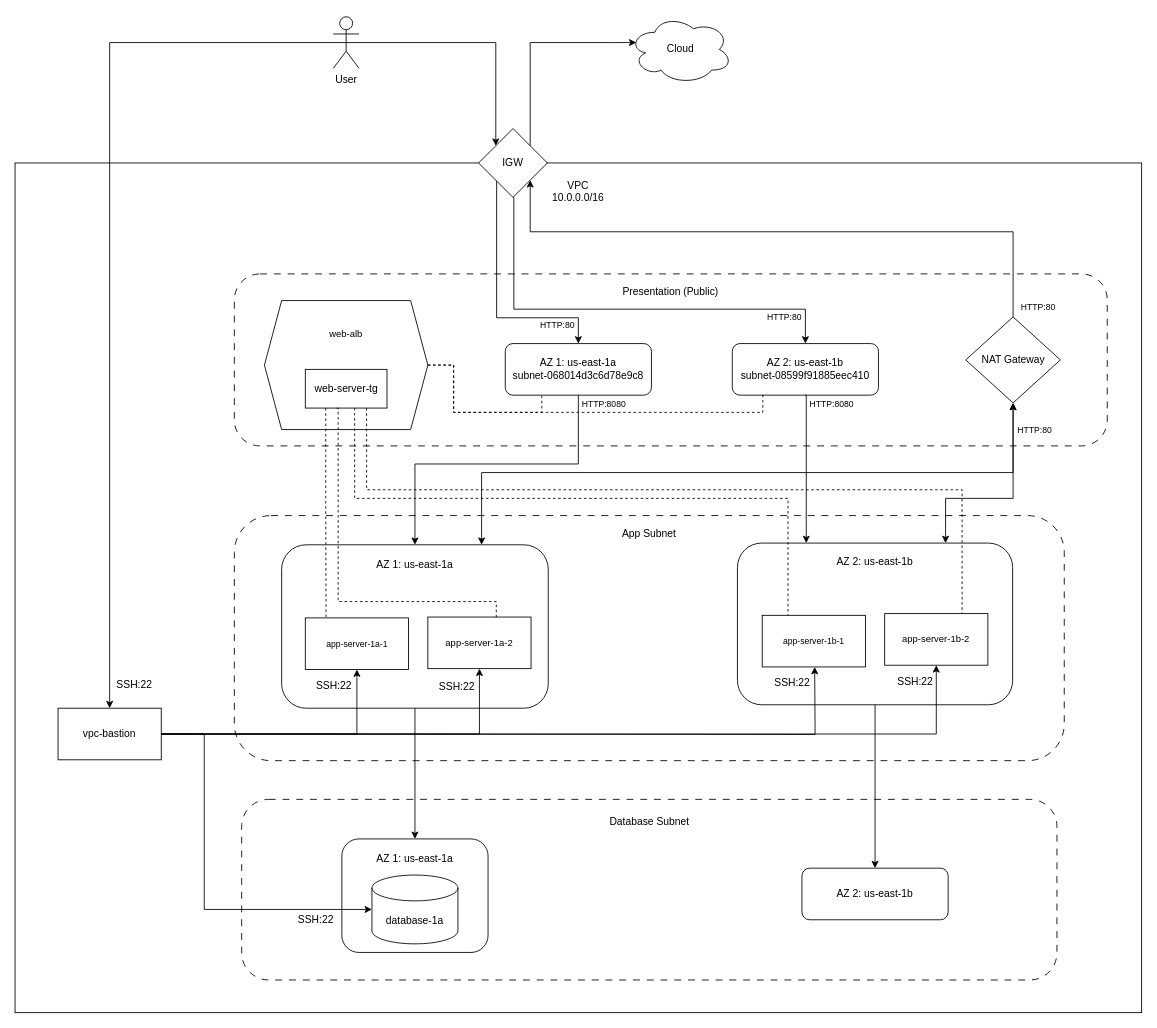
This is architecture/XML/Project1.drawio from Jcaldana97/ce-project-three-tier-arch, a draw.io file, before an edit. Source tidied: cells renumbered, new cells numbered last; positions are measured from the earlier drawing's top-left corner, leaving out a move shared by most shapes. Both pictures are drawn from the tidied source at 86%, with x=0, y=0 at pixel (15, 15).
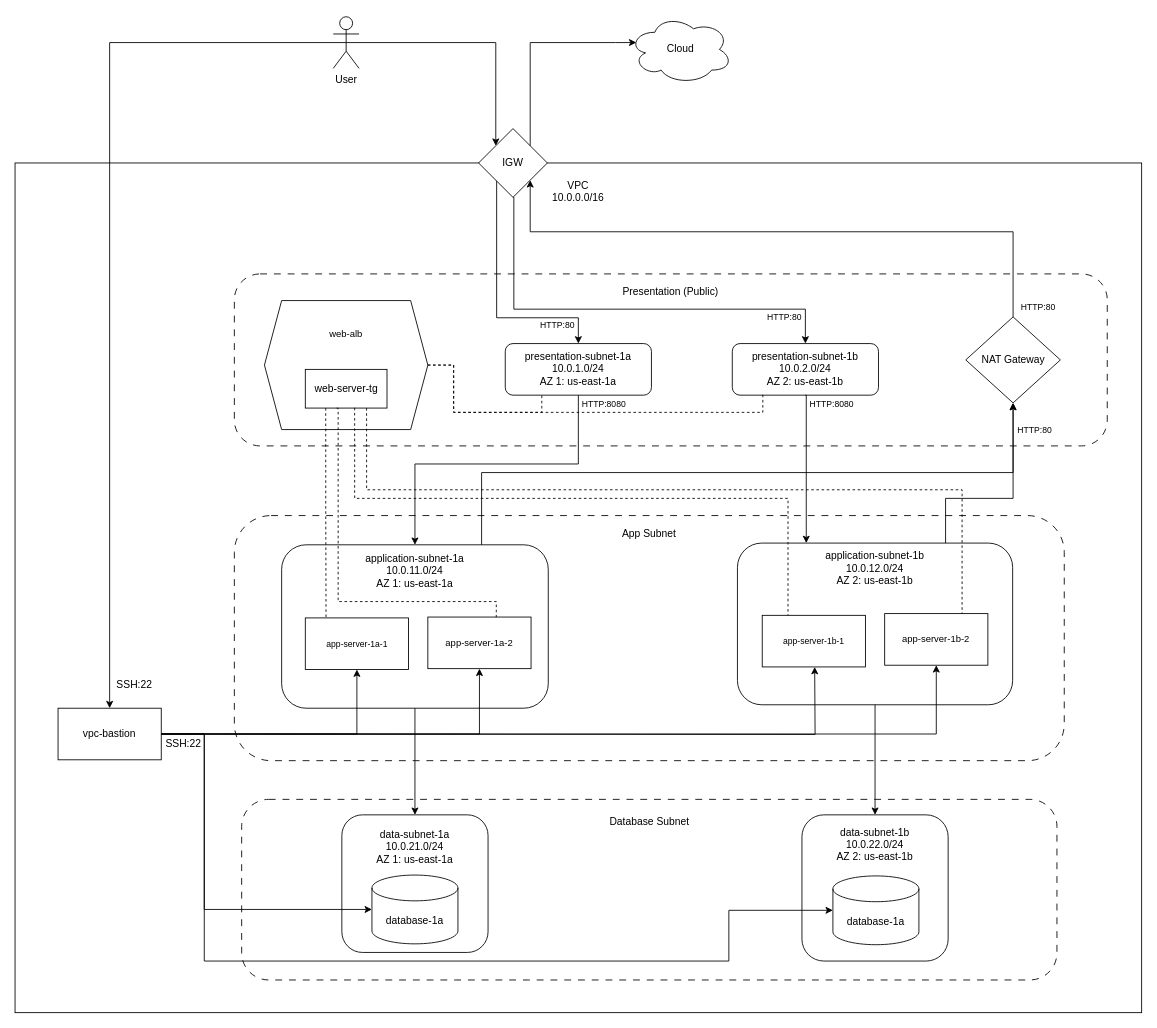
Above is the later version.

The change refers to these unchanged cells:
```xml
<mxCell id="39" value="NAT Gateway" style="rhombus;whiteSpace=wrap;html=1;" parent="1" vertex="1">
  <mxGeometry x="1105.5" y="351" width="110" height="100" as="geometry" />
</mxCell>
<mxCell id="45" value="vpc-bastion" style="rounded=0;whiteSpace=wrap;html=1;" parent="1" vertex="1">
  <mxGeometry x="50" y="806" width="120" height="60" as="geometry" />
</mxCell>
```

What changed in the source:
```diff
@@
-    <mxCell id="5" value="AZ 1: us-east-1a&lt;div&gt;subnet-068014d3c6d78e9c8&lt;/div&gt;" style="rounded=1;whiteSpace=wrap;html=1;" parent="1" vertex="1">
+    <mxCell id="5" value="&lt;div&gt;presentation-subnet-1a&lt;/div&gt;&lt;div&gt;10.0.1.0/24&lt;/div&gt;AZ 1: us-east-1a" style="rounded=1;whiteSpace=wrap;html=1;" parent="1" vertex="1">
       <mxGeometry x="570" y="382" width="170" height="60" as="geometry" />
     </mxCell>
-    <mxCell id="6" value="AZ 2: us-east-1b&lt;div&gt;subnet-08599f91885eec410&lt;/div&gt;" style="rounded=1;whiteSpace=wrap;html=1;" parent="1" vertex="1">
+    <mxCell id="6" value="&lt;div&gt;presentation-subnet-1b&lt;/div&gt;&lt;div&gt;10.0.2.0/24&lt;/div&gt;AZ 2: us-east-1b" style="rounded=1;whiteSpace=wrap;html=1;" parent="1" vertex="1">
       <mxGeometry x="834" y="382" width="170" height="60" as="geometry" />
     </mxCell>
-    <mxCell id="7" value="AZ 1: us-east-1a&lt;div&gt;&lt;br&gt;&lt;/div&gt;&lt;div&gt;&lt;br&gt;&lt;/div&gt;&lt;div&gt;&lt;br&gt;&lt;/div&gt;&lt;div&gt;&lt;br&gt;&lt;/div&gt;&lt;div&gt;&lt;br&gt;&lt;/div&gt;&lt;div&gt;&lt;br&gt;&lt;/div&gt;&lt;div&gt;&lt;br&gt;&lt;/div&gt;&lt;div&gt;&lt;br&gt;&lt;/div&gt;&lt;div&gt;&lt;br&gt;&lt;/div&gt;&lt;div&gt;&lt;br&gt;&lt;/div&gt;" style="rounded=1;whiteSpace=wrap;html=1;" parent="1" vertex="1">
+    <mxCell id="7" value="&lt;div&gt;&lt;span style=&quot;background-color: transparent; color: light-dark(rgb(0, 0, 0), rgb(255, 255, 255));&quot;&gt;application-subnet-1a&lt;/span&gt;&lt;/div&gt;&lt;div&gt;10.0.11.0/24&lt;/div&gt;AZ 1: us-east-1a&lt;div&gt;&lt;br&gt;&lt;/div&gt;&lt;div&gt;&lt;br&gt;&lt;/div&gt;&lt;div&gt;&lt;br&gt;&lt;/div&gt;&lt;div&gt;&lt;br&gt;&lt;/div&gt;&lt;div&gt;&lt;br&gt;&lt;/div&gt;&lt;div&gt;&lt;br&gt;&lt;/div&gt;&lt;div&gt;&lt;br&gt;&lt;/div&gt;&lt;div&gt;&lt;br&gt;&lt;/div&gt;&lt;div&gt;&lt;br&gt;&lt;/div&gt;" style="rounded=1;whiteSpace=wrap;html=1;" parent="1" vertex="1">
       <mxGeometry x="310" y="616" width="310" height="190" as="geometry" />
     </mxCell>
-    <mxCell id="8" value="AZ 2: us-east-1b&lt;div&gt;&lt;br&gt;&lt;/div&gt;&lt;div&gt;&lt;br&gt;&lt;/div&gt;&lt;div&gt;&lt;br&gt;&lt;/div&gt;&lt;div&gt;&lt;br&gt;&lt;/div&gt;&lt;div&gt;&lt;br&gt;&lt;/div&gt;&lt;div&gt;&lt;br&gt;&lt;/div&gt;&lt;div&gt;&lt;br&gt;&lt;/div&gt;&lt;div&gt;&lt;br&gt;&lt;/div&gt;&lt;div&gt;&lt;br&gt;&lt;/div&gt;&lt;div&gt;&lt;br&gt;&lt;/div&gt;" style="rounded=1;whiteSpace=wrap;html=1;" parent="1" vertex="1">
+    <mxCell id="8" value="&lt;div&gt;&lt;div&gt;application-subnet-1b&lt;/div&gt;&lt;div&gt;10.0.12.0/24&lt;/div&gt;&lt;/div&gt;AZ 2: us-east-1b&lt;div&gt;&lt;br&gt;&lt;/div&gt;&lt;div&gt;&lt;br&gt;&lt;/div&gt;&lt;div&gt;&lt;br&gt;&lt;/div&gt;&lt;div&gt;&lt;br&gt;&lt;/div&gt;&lt;div&gt;&lt;br&gt;&lt;/div&gt;&lt;div&gt;&lt;br&gt;&lt;/div&gt;&lt;div&gt;&lt;br&gt;&lt;/div&gt;&lt;div&gt;&lt;br&gt;&lt;/div&gt;&lt;div&gt;&lt;br&gt;&lt;/div&gt;" style="rounded=1;whiteSpace=wrap;html=1;" parent="1" vertex="1">
       <mxGeometry x="840" y="614" width="320" height="188" as="geometry" />
     </mxCell>
@@
-    <mxCell id="12" value="AZ 1: us-east-1a&lt;div&gt;&lt;br&gt;&lt;/div&gt;&lt;div&gt;&lt;br&gt;&lt;/div&gt;&lt;div&gt;&lt;br&gt;&lt;/div&gt;&lt;div&gt;&lt;br&gt;&lt;/div&gt;&lt;div&gt;&lt;br&gt;&lt;/div&gt;&lt;div&gt;&lt;br&gt;&lt;/div&gt;" style="rounded=1;whiteSpace=wrap;html=1;" parent="1" vertex="1">
-      <mxGeometry x="380" y="958" width="170" height="132" as="geometry" />
+    <mxCell id="12" value="&lt;div&gt;&lt;div&gt;data-subnet-1a&lt;/div&gt;&lt;div&gt;10.0.21.0/24&lt;/div&gt;&lt;/div&gt;AZ 1: us-east-1a&lt;div&gt;&lt;br&gt;&lt;/div&gt;&lt;div&gt;&lt;br&gt;&lt;/div&gt;&lt;div&gt;&lt;br&gt;&lt;/div&gt;&lt;div&gt;&lt;br&gt;&lt;/div&gt;&lt;div&gt;&lt;br&gt;&lt;/div&gt;&lt;div&gt;&lt;br&gt;&lt;/div&gt;" style="rounded=1;whiteSpace=wrap;html=1;" parent="1" vertex="1">
+      <mxGeometry x="380" y="930" width="170" height="160" as="geometry" />
     </mxCell>
-    <mxCell id="13" value="AZ 2: us-east-1b" style="rounded=1;whiteSpace=wrap;html=1;" parent="1" vertex="1">
-      <mxGeometry x="915" y="992" width="170" height="60" as="geometry" />
+    <mxCell id="13" value="&lt;div&gt;&lt;div&gt;data-subnet-1b&lt;/div&gt;&lt;div&gt;10.0.22.0/24&lt;/div&gt;&lt;/div&gt;AZ 2: us-east-1b&lt;div&gt;&lt;br&gt;&lt;/div&gt;&lt;div&gt;&lt;br&gt;&lt;/div&gt;&lt;div&gt;&lt;br&gt;&lt;/div&gt;&lt;div&gt;&lt;br&gt;&lt;/div&gt;&lt;div&gt;&lt;br&gt;&lt;/div&gt;&lt;div&gt;&lt;br&gt;&lt;/div&gt;&lt;div&gt;&lt;br&gt;&lt;/div&gt;" style="rounded=1;whiteSpace=wrap;html=1;" parent="1" vertex="1">
+      <mxGeometry x="915" y="930" width="170" height="170" as="geometry" />
     </mxCell>
@@
-    <mxCell id="22" style="endArrow=classic;startArrow=classic;html=1;rounded=0;exitX=0.75;exitY=0;exitDx=0;exitDy=0;edgeStyle=orthogonalEdgeStyle;entryX=0.5;entryY=1;entryDx=0;entryDy=0;" parent="1" edge="1" source="7" target="39">
+    <mxCell id="22" style="endArrow=classic;startArrow=none;html=1;rounded=0;exitX=0.75;exitY=0;exitDx=0;exitDy=0;edgeStyle=orthogonalEdgeStyle;entryX=0.5;entryY=1;entryDx=0;entryDy=0;startFill=0;" parent="1" edge="1" source="7" target="39">
       <mxGeometry relative="1" as="geometry">
         <Array as="points">
           <mxPoint x="542.5" y="532" />
           <mxPoint x="1160" y="532" />
           <mxPoint x="1160" y="451" />
         </Array>
       </mxGeometry>
     </mxCell>
-    <mxCell id="23" style="endArrow=classic;startArrow=classic;html=1;rounded=0;exitX=0.75;exitY=0;exitDx=0;exitDy=0;edgeStyle=orthogonalEdgeStyle;entryX=0.5;entryY=1;entryDx=0;entryDy=0;" parent="1" edge="1" target="39">
+    <mxCell id="23" style="endArrow=classic;startArrow=none;html=1;rounded=0;exitX=0.75;exitY=0;exitDx=0;exitDy=0;edgeStyle=orthogonalEdgeStyle;entryX=0.5;entryY=1;entryDx=0;entryDy=0;endFill=1;startFill=0;" parent="1" edge="1" target="39">
       <mxGeometry relative="1" as="geometry">
         <mxPoint x="1082" y="614" as="sourcePoint" />
         <Array as="points">
           <mxPoint x="1082" y="562" />
           <mxPoint x="1160.5" y="562" />
         </Array>
       </mxGeometry>
     </mxCell>
@@
-    <mxCell id="54" value="SSH:22" style="text;html=1;whiteSpace=wrap;strokeColor=none;fillColor=none;align=center;verticalAlign=middle;rounded=0;" parent="1" vertex="1">
-      <mxGeometry x="341" y="765" width="60" height="30" as="geometry" />
-    </mxCell>
-    <mxCell id="55" value="SSH:22" style="text;html=1;whiteSpace=wrap;strokeColor=none;fillColor=none;align=center;verticalAlign=middle;rounded=0;" parent="1" vertex="1">
-      <mxGeometry x="484" y="766" width="60" height="30" as="geometry" />
-    </mxCell>
-    <mxCell id="56" value="SSH:22" style="text;html=1;whiteSpace=wrap;strokeColor=none;fillColor=none;align=center;verticalAlign=middle;rounded=0;" parent="1" vertex="1">
-      <mxGeometry x="874" y="762" width="60" height="30" as="geometry" />
-    </mxCell>
-    <mxCell id="57" value="SSH:22" style="text;html=1;whiteSpace=wrap;strokeColor=none;fillColor=none;align=center;verticalAlign=middle;rounded=0;" parent="1" vertex="1">
-      <mxGeometry x="1017.2" y="761" width="60" height="30" as="geometry" />
-    </mxCell>
-    <mxCell id="58" value="SSH:22" style="text;html=1;whiteSpace=wrap;strokeColor=none;fillColor=none;align=center;verticalAlign=middle;rounded=0;" parent="1" vertex="1">
-      <mxGeometry x="320" y="1037" width="60" height="30" as="geometry" />
-    </mxCell>
+    <mxCell id="59" value="database-1a" style="shape=cylinder3;whiteSpace=wrap;html=1;boundedLbl=1;backgroundOutline=1;size=15;" parent="1" vertex="1">
+      <mxGeometry x="951" y="1001" width="100" height="80" as="geometry" />
+    </mxCell>
+    <mxCell id="60" style="endArrow=classic;html=1;rounded=0;exitX=1;exitY=0.5;exitDx=0;exitDy=0;entryX=0;entryY=0.5;entryDx=0;entryDy=0;entryPerimeter=0;edgeStyle=orthogonalEdgeStyle;" parent="1" edge="1" source="45" target="59">
+      <mxGeometry relative="1" as="geometry">
+        <Array as="points">
+          <mxPoint x="220" y="836" />
+          <mxPoint x="220" y="1100" />
+          <mxPoint x="830" y="1100" />
+          <mxPoint x="830" y="1041" />
+        </Array>
+      </mxGeometry>
+    </mxCell>
+    <mxCell id="61" value="SSH:22" style="text;html=1;whiteSpace=wrap;strokeColor=none;fillColor=none;align=center;verticalAlign=middle;rounded=0;" parent="1" vertex="1">
+      <mxGeometry x="166" y="833" width="60" height="30" as="geometry" />
+    </mxCell>
```
